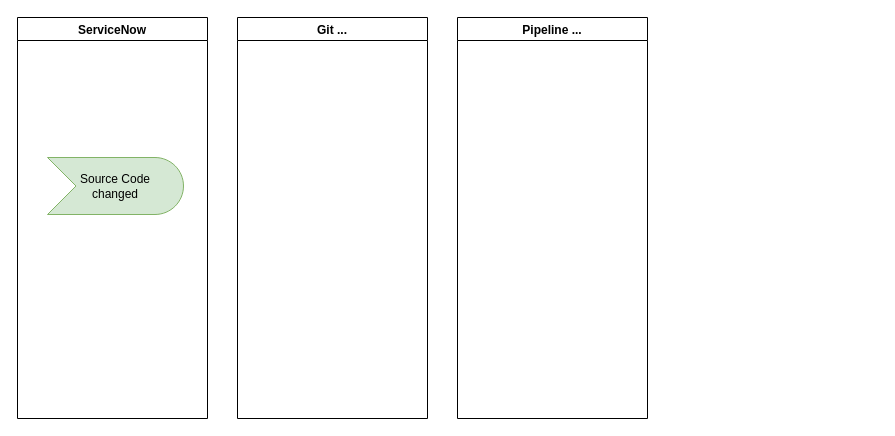
Before: page "concept" (1 of 2) of SnDevSecOps.drawio in algimas/tmp, a draw.io diagram. Source tidied: cells renumbered, new cells numbered last; positions are measured from the earlier drawing's top-left corner, leaving out a move shared by most shapes. Both pictures are drawn from the tidied source at 100%, with x=0, y=0 at pixel (17, 17).
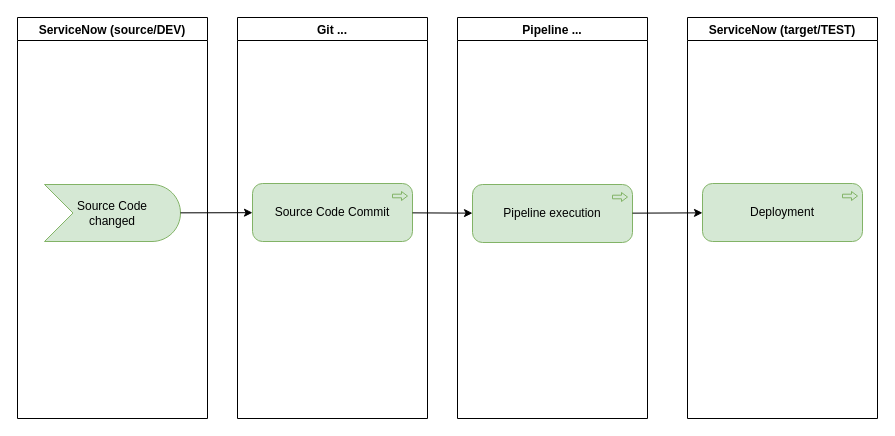
Above is the later version.

Diff of the diagram source:
```diff
@@
 <mxGraphModel>
   <root>
     <mxCell id="0" />
     <mxCell id="1" parent="0" />
+    <mxCell id="3" value="ServiceNow (source/DEV)" style="swimlane;" parent="1" vertex="1">
+      <mxGeometry width="190" height="401" as="geometry" />
+    </mxCell>
-    <mxCell id="2" value="Source Code &lt;br&gt;changed" style="html=1;outlineConnect=0;whiteSpace=wrap;fillColor=#d5e8d4;shape=mxgraph.archimate3.event;strokeColor=#82b366;" parent="1" vertex="1">
-      <mxGeometry x="30" y="140" width="136" height="57" as="geometry" />
+    <mxCell id="2" value="Source Code &lt;br&gt;changed" style="html=1;outlineConnect=0;whiteSpace=wrap;fillColor=#d5e8d4;shape=mxgraph.archimate3.event;strokeColor=#82b366;" parent="3" vertex="1">
+      <mxGeometry x="27" y="167" width="136" height="57" as="geometry" />
     </mxCell>
-    <mxCell id="3" value="ServiceNow" style="swimlane;" parent="1" vertex="1">
-      <mxGeometry width="190" height="401" as="geometry" />
-    </mxCell>
     <mxCell id="4" value="Git ..." style="swimlane;" parent="1" vertex="1">
       <mxGeometry x="220" width="190" height="401" as="geometry" />
     </mxCell>
+    <mxCell id="6" value="Source Code Commit" style="html=1;outlineConnect=0;whiteSpace=wrap;fillColor=#d5e8d4;shape=mxgraph.archimate3.application;appType=proc;archiType=rounded;strokeColor=#82b366;" parent="4" vertex="1">
+      <mxGeometry x="15" y="166" width="160" height="58" as="geometry" />
+    </mxCell>
     <mxCell id="5" value="Pipeline ..." style="swimlane;" parent="1" vertex="1">
       <mxGeometry x="440" width="190" height="401" as="geometry" />
     </mxCell>
+    <mxCell id="7" value="Pipeline execution" style="html=1;outlineConnect=0;whiteSpace=wrap;fillColor=#d5e8d4;shape=mxgraph.archimate3.application;appType=proc;archiType=rounded;strokeColor=#82b366;" parent="5" vertex="1">
+      <mxGeometry x="15" y="167" width="160" height="58" as="geometry" />
+    </mxCell>
+    <mxCell id="8" value="ServiceNow (target/TEST)" style="swimlane;" parent="1" vertex="1">
+      <mxGeometry x="670" width="190" height="401" as="geometry" />
+    </mxCell>
+    <mxCell id="9" value="Deployment" style="html=1;outlineConnect=0;whiteSpace=wrap;fillColor=#d5e8d4;shape=mxgraph.archimate3.application;appType=proc;archiType=rounded;strokeColor=#82b366;" parent="8" vertex="1">
+      <mxGeometry x="15" y="166" width="160" height="58" as="geometry" />
+    </mxCell>
+    <mxCell id="10" style="edgeStyle=none;rounded=0;jettySize=auto;html=1;fontSize=6;" parent="1" edge="1" source="2" target="6">
+      <mxGeometry relative="1" as="geometry" />
+    </mxCell>
+    <mxCell id="11" style="edgeStyle=none;rounded=0;jettySize=auto;html=1;fontSize=6;" parent="1" edge="1" source="6" target="7">
+      <mxGeometry relative="1" as="geometry" />
+    </mxCell>
+    <mxCell id="12" style="edgeStyle=none;rounded=0;jettySize=auto;html=1;fontSize=6;" parent="1" edge="1" source="7" target="9">
+      <mxGeometry relative="1" as="geometry" />
+    </mxCell>
   </root>
 </mxGraphModel>
```
